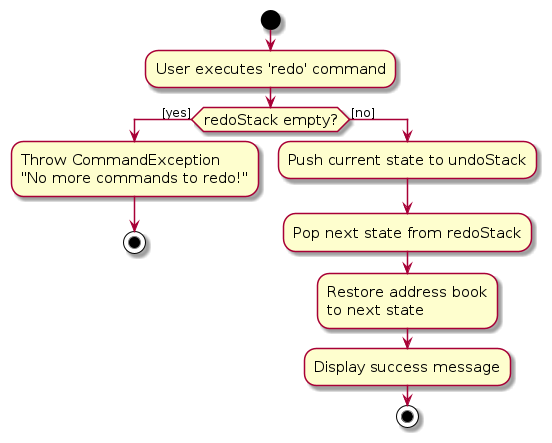
This is diagrams/RedoActivityDiagram.png from AY2526S1-CS2103T-W14-3/tp, a PlantUML export, as it was before one commit. Its source is kept beside it as diagrams/RedoActivityDiagram.puml.
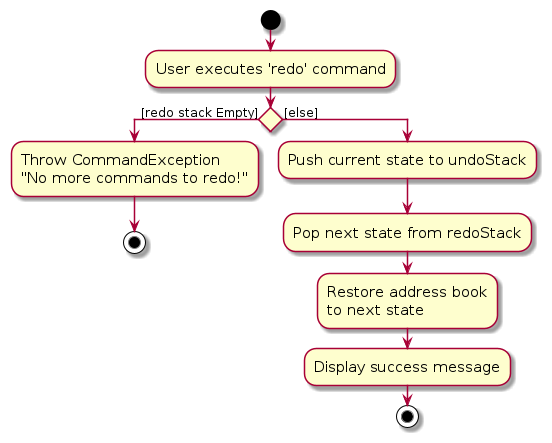
The same diagram one commit later.

The edit, as a diff of the source:
```diff
@@ -6,10 +6,10 @@
 start
 :User executes 'redo' command;
 
-if (redoStack empty?) then ([yes])
+if () then ([redo stack Empty])
   :Throw CommandException\n"No more commands to redo!";
   stop
-else ([no])
+else ([else])
   :Push current state to undoStack;
   :Pop next state from redoStack;
   :Restore address book\nto next state;
```
